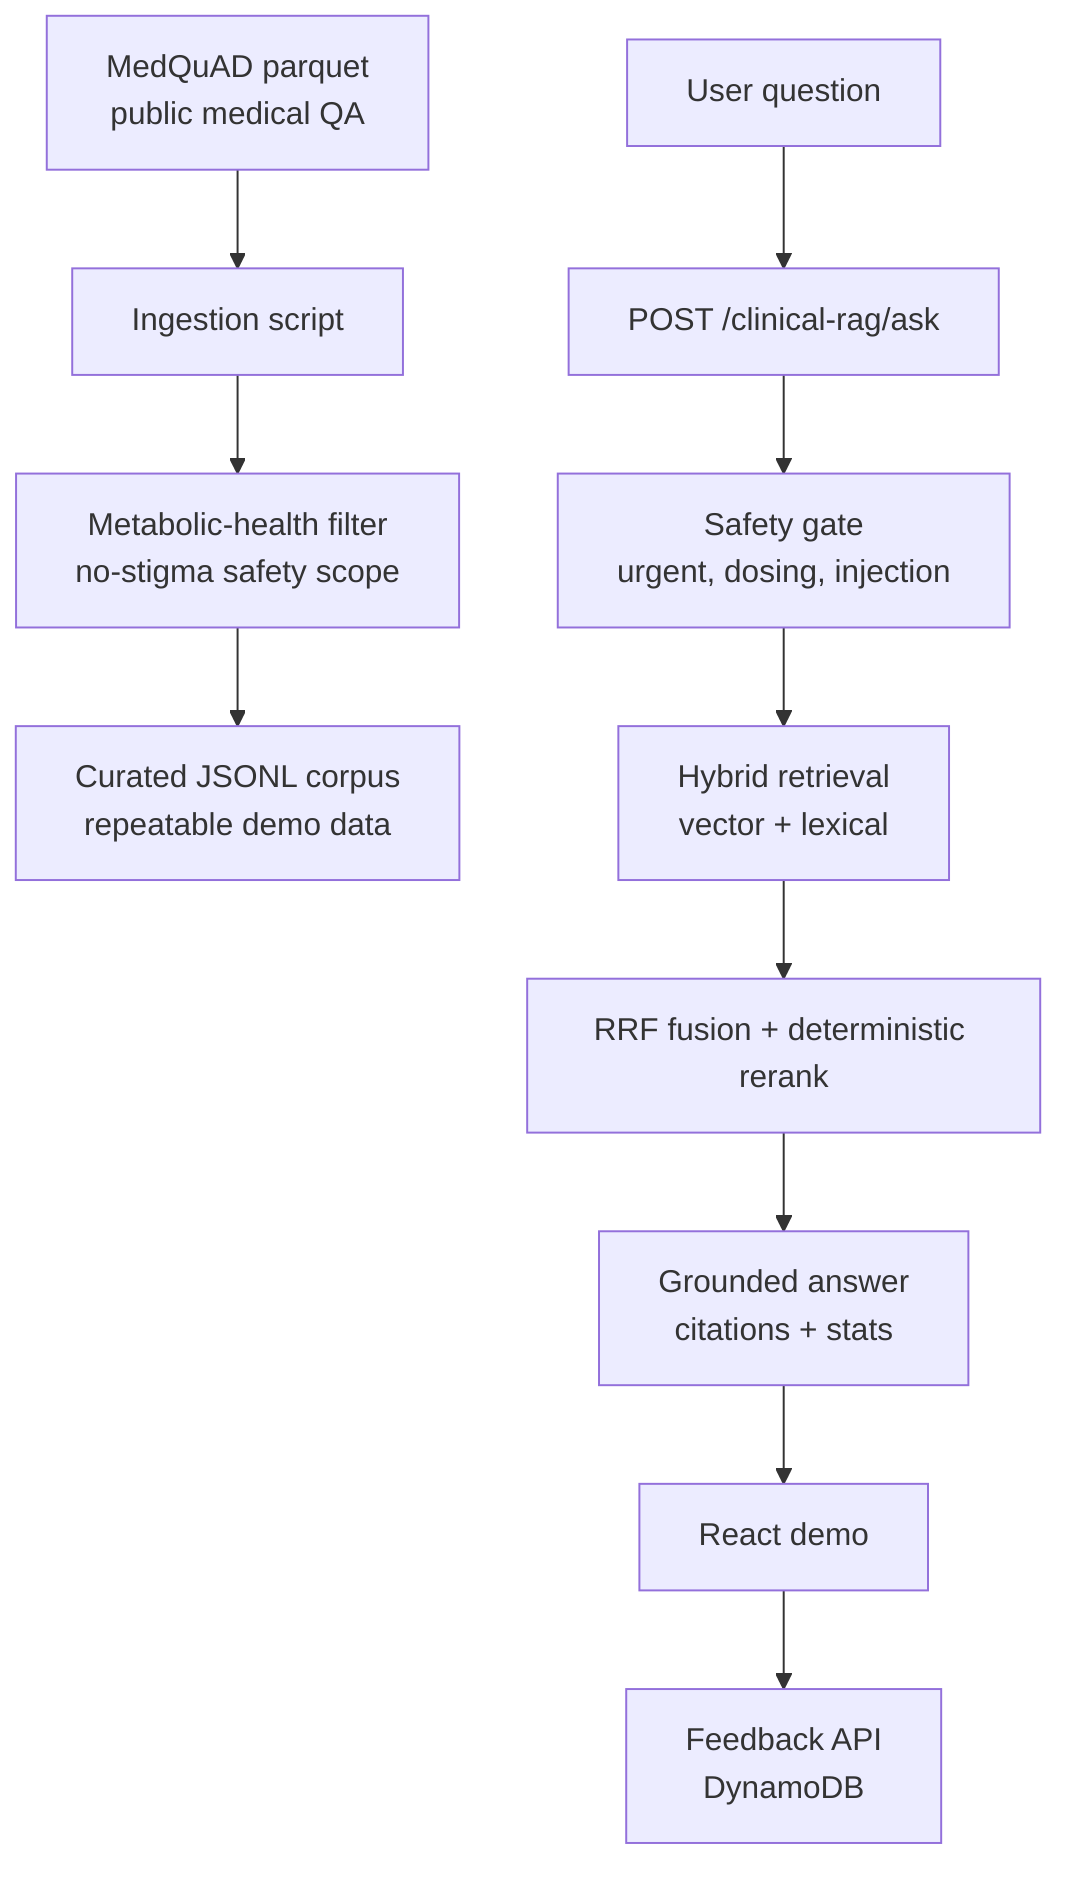
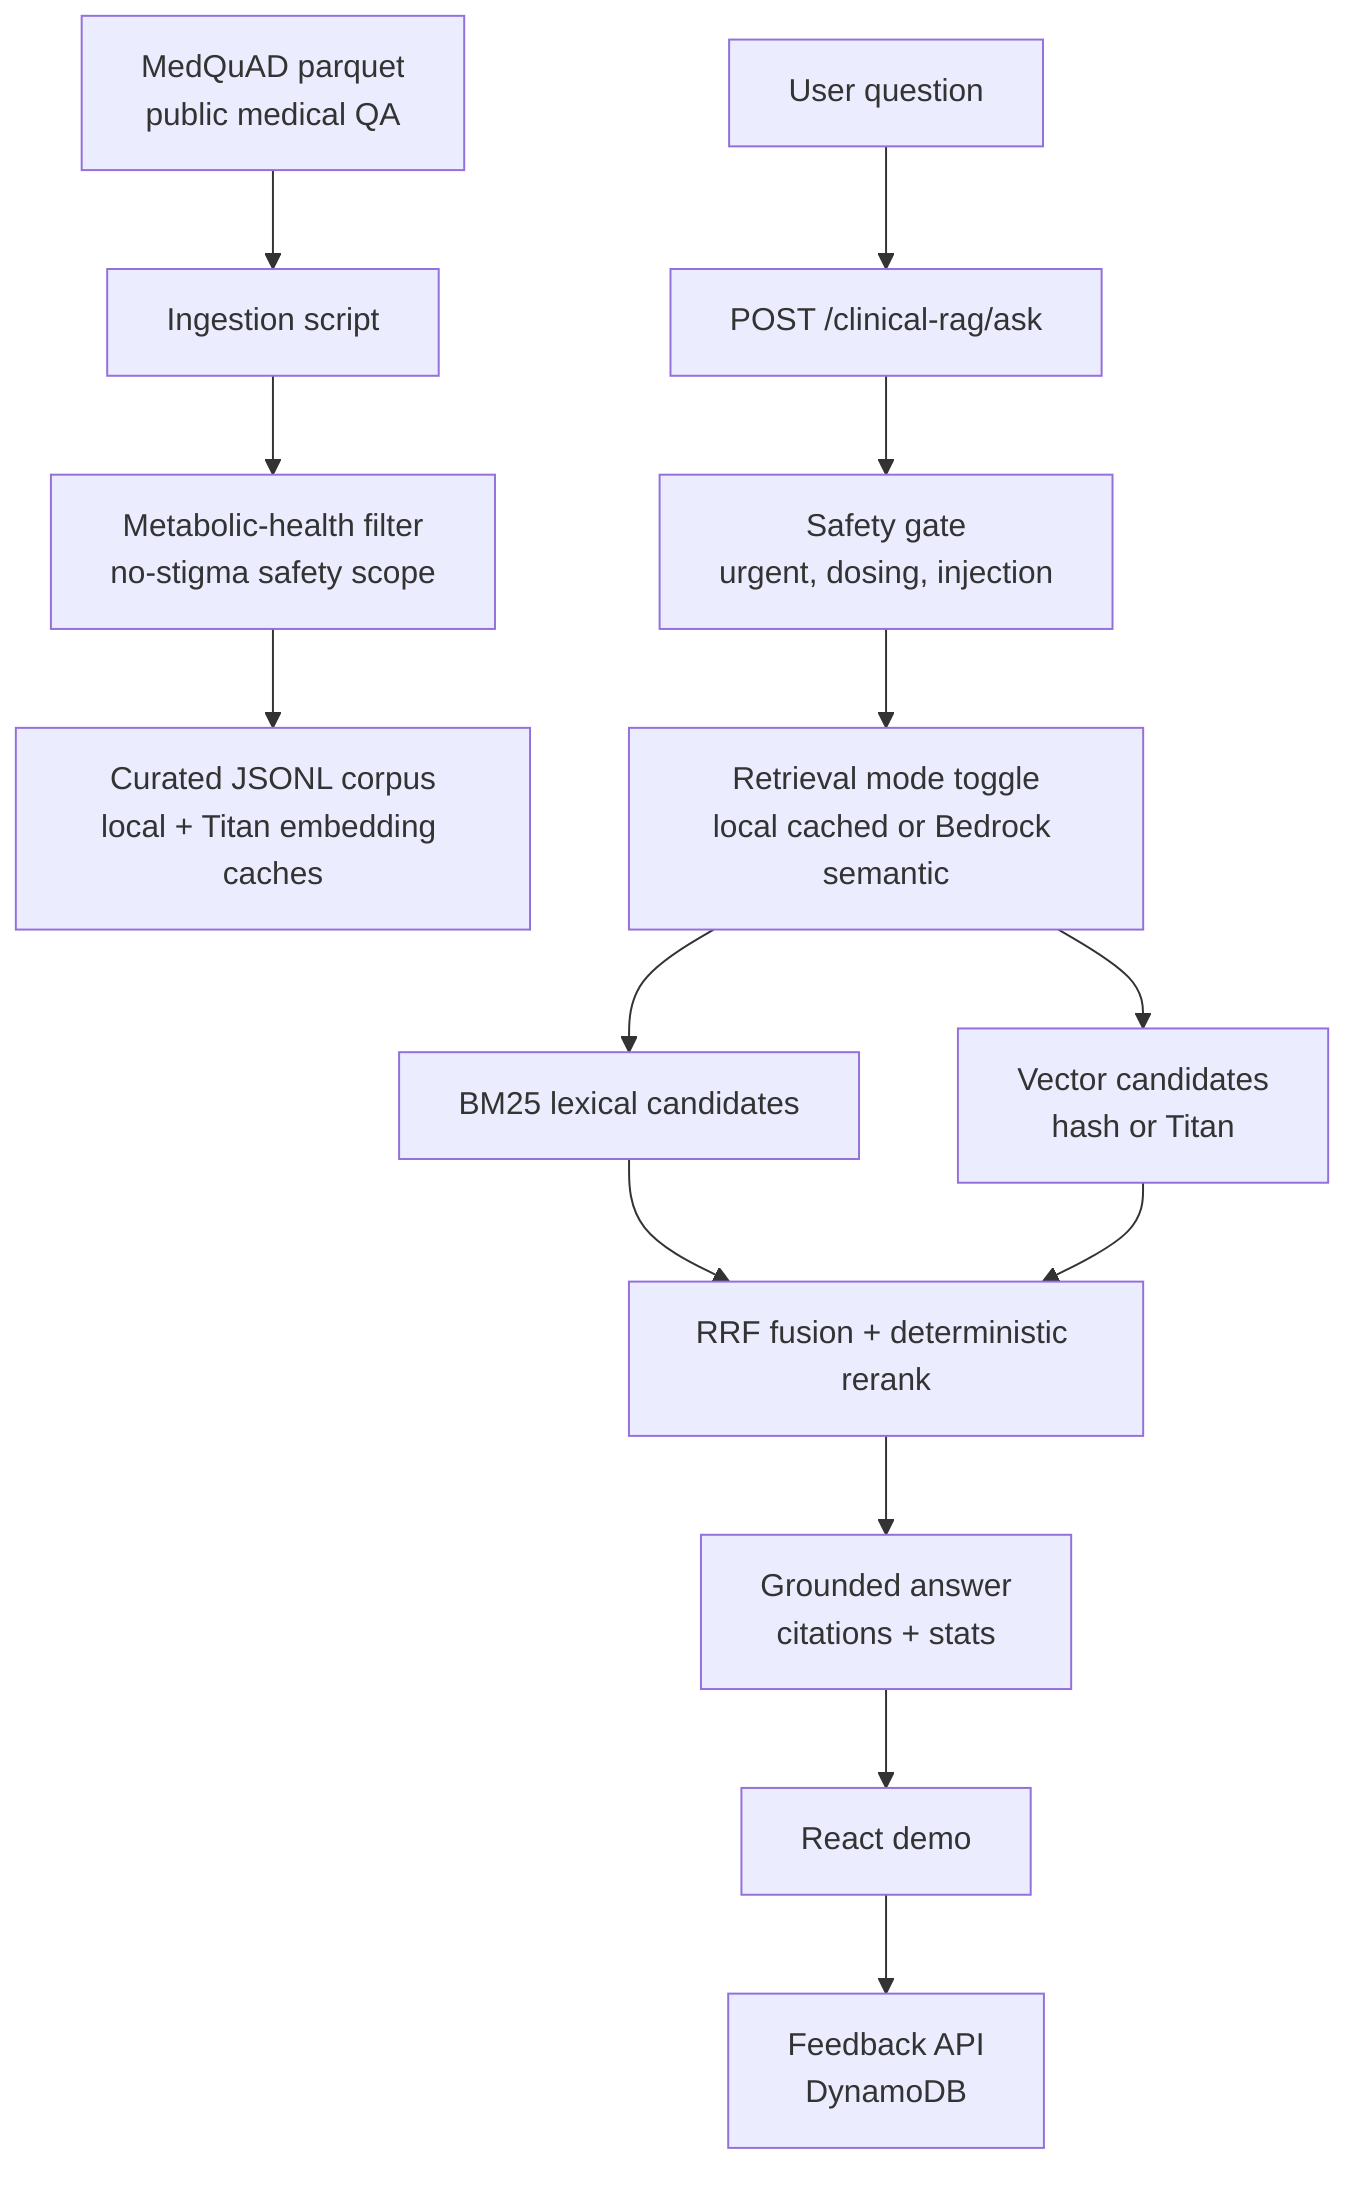
```mermaid
flowchart TD
  A["MedQuAD parquet<br/>public medical QA"] --> B["Ingestion script"]
  B --> C["Metabolic-health filter<br/>no-stigma safety scope"]
-   C --> D["Curated JSONL corpus<br/>repeatable demo data"]
+   C --> D["Curated JSONL corpus<br/>local + Titan embedding caches"]

  E["User question"] --> F["POST /clinical-rag/ask"]
  F --> G["Safety gate<br/>urgent, dosing, injection"]
-   G --> H["Hybrid retrieval<br/>vector + lexical"]
-   H --> I["RRF fusion + deterministic rerank"]
+   G --> H["Retrieval mode toggle<br/>local cached or Bedrock semantic"]
+   H --> M["BM25 lexical candidates"]
+   H --> N["Vector candidates<br/>hash or Titan"]
+   M --> I["RRF fusion + deterministic rerank"]
+   N --> I
  I --> J["Grounded answer<br/>citations + stats"]
  J --> K["React demo"]
  K --> L["Feedback API<br/>DynamoDB"]
```
